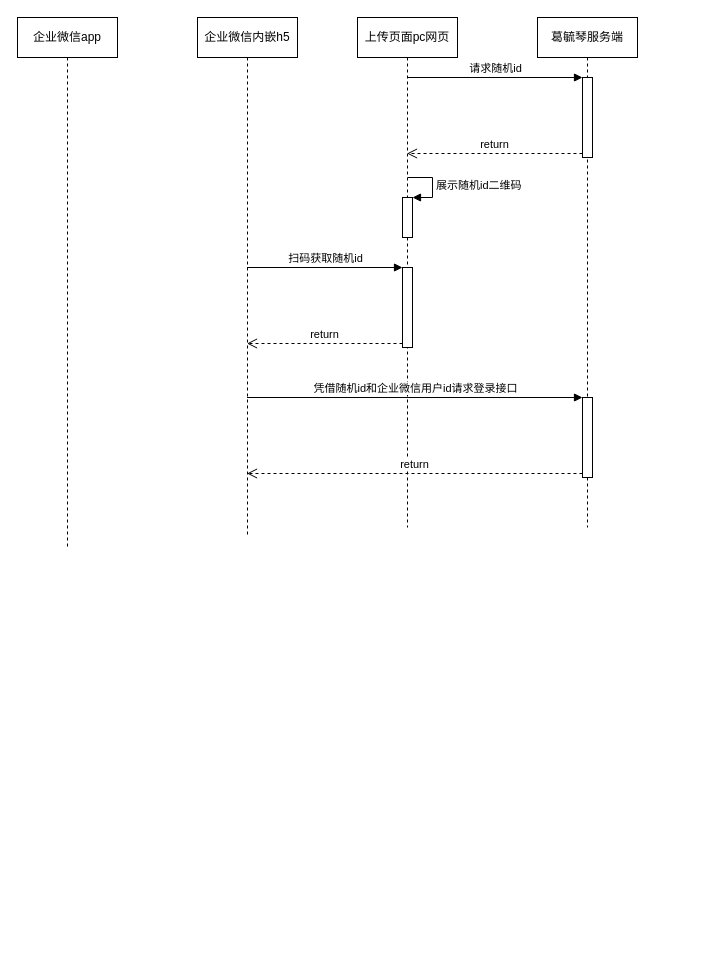
a83988029/data_collect_arch keeps this draw.io diagram as 上传功能设计.drawio. Above is the earlier version. Source tidied: cells renumbered, new cells numbered last; positions are measured from the earlier drawing's top-left corner, leaving out a move shared by most shapes. Both pictures are drawn from the tidied source at 100%, with x=0, y=0 at pixel (17, 17).
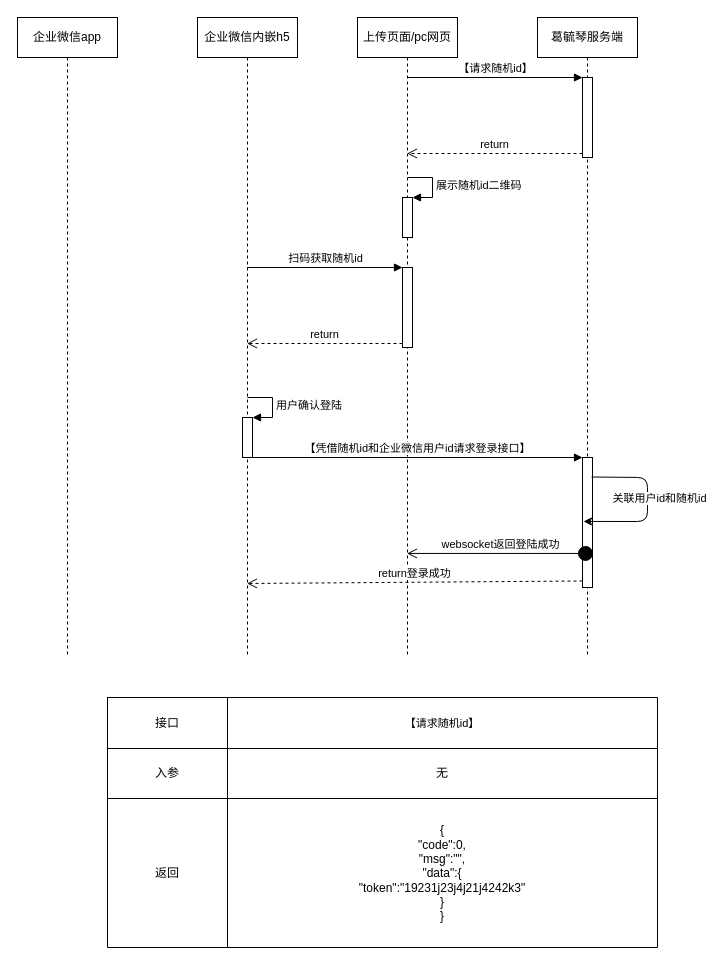
The same page after the edit.

Commit message:
Update 上传功能设计.drawio

Unchanged cells that the change refers to:
```xml
<mxCell id="9" style="html=1;points=[];perimeter=orthogonalPerimeter;" parent="8" vertex="1">
  <mxGeometry x="45" y="60" width="10" height="80" as="geometry" />
</mxCell>
```

Diff of the diagram source:
```diff
@@
     <mxCell id="2" value="&lt;span&gt;企业微信app&lt;/span&gt;" style="shape=umlLifeline;perimeter=lifelinePerimeter;whiteSpace=wrap;html=1;" parent="1" vertex="1">
-      <mxGeometry width="100" height="530" as="geometry" />
+      <mxGeometry width="100" height="640" as="geometry" />
     </mxCell>
     <mxCell id="3" value="&lt;span&gt;企业微信内嵌h5&lt;/span&gt;" style="shape=umlLifeline;perimeter=lifelinePerimeter;whiteSpace=wrap;html=1;outlineConnect=0;" parent="1" vertex="1">
-      <mxGeometry x="180" width="100" height="520" as="geometry" />
+      <mxGeometry x="180" width="100" height="640" as="geometry" />
     </mxCell>
+    <mxCell id="17" style="html=1;points=[];perimeter=orthogonalPerimeter;" parent="3" vertex="1">
+      <mxGeometry x="45" y="400" width="10" height="40" as="geometry" />
+    </mxCell>
+    <mxCell id="18" value="用户确认登陆" style="edgeStyle=orthogonalEdgeStyle;html=1;align=left;spacingLeft=2;endArrow=block;rounded=0;entryX=1;entryY=0;" parent="3" edge="1" target="17">
+      <mxGeometry relative="1" as="geometry">
+        <mxPoint x="50" y="380" as="sourcePoint" />
+        <Array as="points">
+          <mxPoint x="75" y="380" />
+        </Array>
+      </mxGeometry>
+    </mxCell>
-    <mxCell id="4" value="&lt;span&gt;上传页面pc网页&lt;/span&gt;" style="shape=umlLifeline;perimeter=lifelinePerimeter;whiteSpace=wrap;html=1;outlineConnect=0;" parent="1" vertex="1">
-      <mxGeometry x="340" width="100" height="510" as="geometry" />
+    <mxCell id="4" value="&lt;span&gt;上传页面/pc网页&lt;/span&gt;" style="shape=umlLifeline;perimeter=lifelinePerimeter;whiteSpace=wrap;html=1;outlineConnect=0;" parent="1" vertex="1">
+      <mxGeometry x="340" width="100" height="640" as="geometry" />
     </mxCell>
@@
     <mxCell id="8" value="&lt;span&gt;葛毓琴服务端&lt;/span&gt;" style="shape=umlLifeline;perimeter=lifelinePerimeter;whiteSpace=wrap;html=1;" parent="1" vertex="1">
-      <mxGeometry x="520" width="100" height="510" as="geometry" />
+      <mxGeometry x="520" width="100" height="640" as="geometry" />
     </mxCell>
@@
     <mxCell id="10" style="html=1;points=[];perimeter=orthogonalPerimeter;" parent="8" vertex="1">
-      <mxGeometry x="45" y="380" width="10" height="80" as="geometry" />
+      <mxGeometry x="45" y="440" width="10" height="130" as="geometry" />
     </mxCell>
+    <mxCell id="19" style="endArrow=classic;html=1;exitX=0.9;exitY=0.15;exitDx=0;exitDy=0;exitPerimeter=0;entryX=0.1;entryY=0.492;entryDx=0;entryDy=0;entryPerimeter=0;" parent="8" edge="1" source="10" target="10">
+      <mxGeometry relative="1" as="geometry">
+        <Array as="points">
+          <mxPoint x="110" y="460" />
+          <mxPoint x="110" y="504" />
+        </Array>
+      </mxGeometry>
+    </mxCell>
+    <mxCell id="20" value="关联用户id和随机id" style="edgeLabel;html=1;align=center;verticalAlign=middle;" parent="19" vertex="1">
+      <mxGeometry x="-0.54" y="1" relative="1" as="geometry">
+        <mxPoint x="29" y="21.2" as="offset" />
+      </mxGeometry>
+    </mxCell>
-    <mxCell id="11" value="请求随机id" style="html=1;verticalAlign=bottom;endArrow=block;entryX=0;entryY=0;" parent="1" edge="1" source="4" target="9">
+    <mxCell id="11" value="【请求随机id】" style="html=1;verticalAlign=bottom;endArrow=block;entryX=0;entryY=0;fillColor=#FF3333;" parent="1" edge="1" source="4" target="9">
       <mxGeometry relative="1" as="geometry" />
     </mxCell>
@@
-    <mxCell id="15" value="凭借随机id和企业微信用户id请求登录接口" style="html=1;verticalAlign=bottom;endArrow=block;entryX=0;entryY=0;" parent="1" edge="1" source="3" target="10">
+    <mxCell id="15" value="【凭借随机id和企业微信用户id请求登录接口】" style="html=1;verticalAlign=bottom;endArrow=block;entryX=0;entryY=0;" parent="1" edge="1" source="17" target="10">
       <mxGeometry relative="1" as="geometry" />
     </mxCell>
-    <mxCell id="16" value="return" style="html=1;verticalAlign=bottom;endArrow=open;dashed=1;endSize=8;exitX=0;exitY=0.95;" parent="1" edge="1" source="10" target="3">
-      <mxGeometry relative="1" as="geometry" />
+    <mxCell id="16" value="return登录成功" style="html=1;verticalAlign=bottom;endArrow=open;dashed=1;endSize=8;exitX=0;exitY=0.95;" parent="1" edge="1" source="10">
+      <mxGeometry relative="1" as="geometry">
+        <mxPoint x="229.5" y="566" as="targetPoint" />
+      </mxGeometry>
     </mxCell>
+    <mxCell id="21" value="websocket返回登陆成功" style="html=1;verticalAlign=bottom;startArrow=circle;startFill=1;endArrow=open;startSize=6;endSize=8;exitX=1.1;exitY=0.738;exitDx=0;exitDy=0;exitPerimeter=0;" parent="1" edge="1" source="10" target="4">
+      <mxGeometry relative="1" as="geometry" />
+    </mxCell>
+    <mxCell id="22" style="shape=table;html=1;whiteSpace=wrap;startSize=0;childLayout=tableLayout;" parent="1" vertex="1">
+      <mxGeometry x="90" y="680" width="550" height="250" as="geometry" />
+    </mxCell>
+    <mxCell id="23" style="shape=partialRectangle;html=1;whiteSpace=wrap;fillColor=none;top=0;left=0;bottom=0;right=0;" parent="22" vertex="1">
+      <mxGeometry width="550" height="51" as="geometry" />
+    </mxCell>
+    <mxCell id="24" value="接口" style="shape=partialRectangle;html=1;whiteSpace=wrap;overflow=hidden;fillColor=none;top=0;left=0;bottom=0;right=0;" parent="23" vertex="1">
+      <mxGeometry width="120" height="51" as="geometry" />
+    </mxCell>
+    <mxCell id="25" value="&lt;span style=&quot;font-size: 11px ; background-color: rgb(255 , 255 , 255)&quot;&gt;【请求随机id】&lt;/span&gt;" style="shape=partialRectangle;html=1;whiteSpace=wrap;overflow=hidden;fillColor=none;top=0;left=0;bottom=0;right=0;" parent="23" vertex="1">
+      <mxGeometry x="120" width="430" height="51" as="geometry" />
+    </mxCell>
+    <mxCell id="26" style="shape=partialRectangle;html=1;whiteSpace=wrap;fillColor=none;top=0;left=0;bottom=0;right=0;" parent="22" vertex="1">
+      <mxGeometry y="51" width="550" height="50" as="geometry" />
+    </mxCell>
+    <mxCell id="27" value="入参" style="shape=partialRectangle;html=1;whiteSpace=wrap;overflow=hidden;fillColor=none;top=0;left=0;bottom=0;right=0;" parent="26" vertex="1">
+      <mxGeometry width="120" height="50" as="geometry" />
+    </mxCell>
+    <mxCell id="28" value="无" style="shape=partialRectangle;html=1;whiteSpace=wrap;overflow=hidden;fillColor=none;top=0;left=0;bottom=0;right=0;" parent="26" vertex="1">
+      <mxGeometry x="120" width="430" height="50" as="geometry" />
+    </mxCell>
+    <mxCell id="29" style="shape=partialRectangle;html=1;whiteSpace=wrap;fillColor=none;top=0;left=0;bottom=0;right=0;" parent="22" vertex="1">
+      <mxGeometry y="101" width="550" height="149" as="geometry" />
+    </mxCell>
+    <mxCell id="30" value="返回" style="shape=partialRectangle;html=1;whiteSpace=wrap;overflow=hidden;fillColor=none;top=0;left=0;bottom=0;right=0;" parent="29" vertex="1">
+      <mxGeometry width="120" height="149" as="geometry" />
+    </mxCell>
+    <mxCell id="31" value="&lt;div&gt;{&lt;/div&gt;&lt;div&gt;&lt;span&gt; &lt;/span&gt;&quot;code&quot;:0,&lt;/div&gt;&lt;div&gt;&lt;span&gt; &lt;/span&gt;&quot;msg&quot;:&quot;&quot;,&lt;/div&gt;&lt;div&gt;&lt;span&gt; &lt;/span&gt;&quot;data&quot;:{&lt;/div&gt;&lt;div&gt;&lt;span&gt;  &lt;/span&gt;&quot;token&quot;:&quot;19231j23j4j21j4242k3&quot;&lt;/div&gt;&lt;div&gt;&lt;span&gt; &lt;/span&gt;}&lt;/div&gt;&lt;div&gt;}&lt;/div&gt;" style="shape=partialRectangle;html=1;whiteSpace=wrap;overflow=hidden;fillColor=none;top=0;left=0;bottom=0;right=0;" parent="29" vertex="1">
+      <mxGeometry x="120" width="430" height="149" as="geometry" />
+    </mxCell>
```
